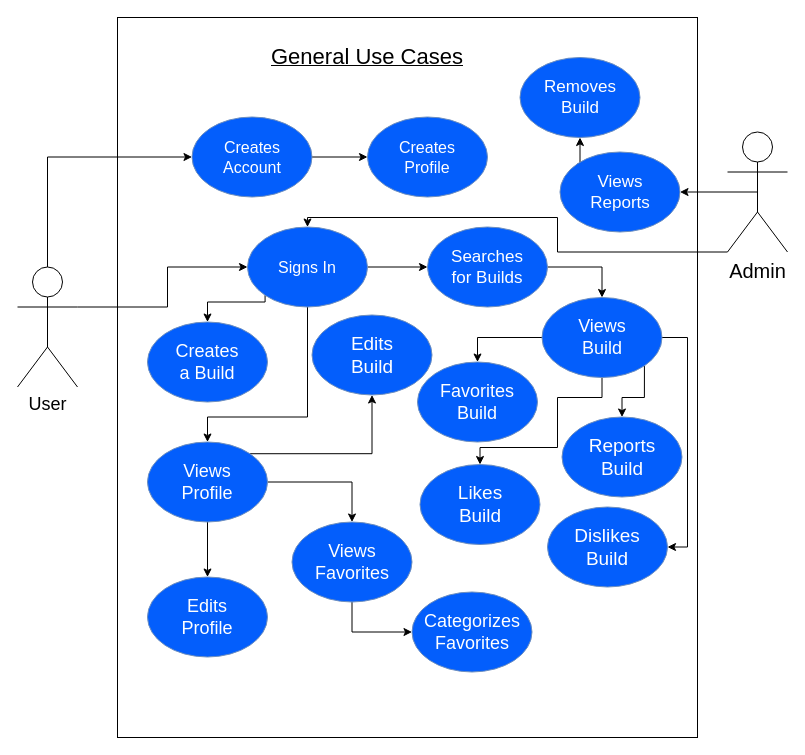
Above: UML Case Diagrams/Draw.io Files/General UML Case LOL.drawio in jakeafred/LoLBuildDatabase (draw.io), before the change. Source tidied: cells renumbered, new cells numbered last; positions are measured from the earlier drawing's top-left corner, leaving out a move shared by most shapes. Both pictures are drawn from the tidied source at 100%, with x=0, y=0 at pixel (17, 17).
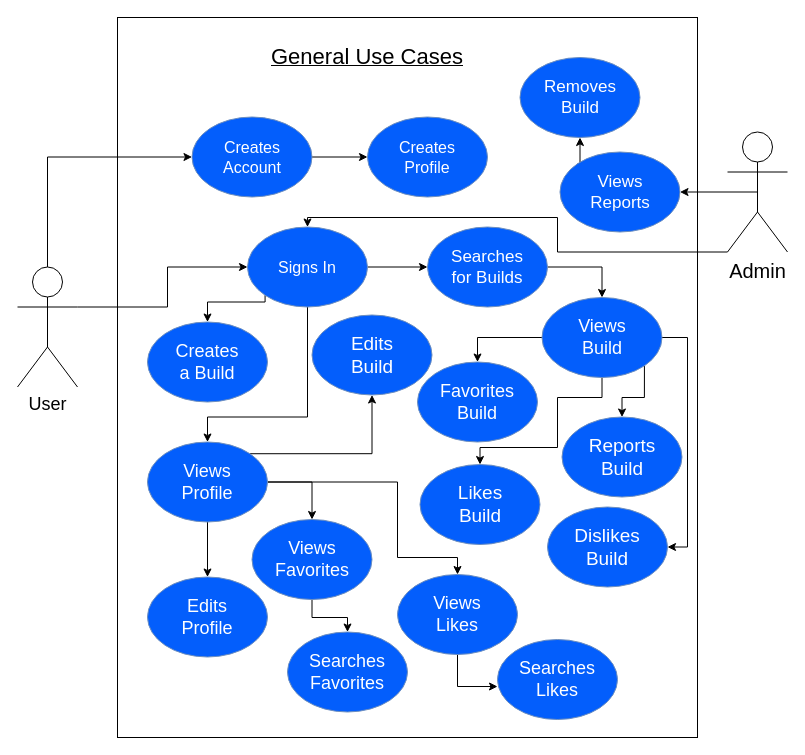
After the change.

Commit message (it also covers changes not shown here):
Updated General UML

The change refers to these unchanged cells:
```xml
<mxCell id="37" style="ellipse;whiteSpace=wrap;html=1;fillColor=#035EFC;strokeColor=#6c8ebf;" parent="1" vertex="1">
  <mxGeometry x="130" y="424.5" width="120" height="80" as="geometry" />
</mxCell>
```

Diff of the diagram source:
```diff
@@
+    <mxCell id="58" style="edgeStyle=orthogonalEdgeStyle;rounded=0;jettySize=auto;html=1;exitX=1;exitY=0.5;exitDx=0;exitDy=0;entryX=0.5;entryY=0;entryDx=0;entryDy=0;" parent="1" edge="1" source="37" target="60">
+      <mxGeometry relative="1" as="geometry">
+        <Array as="points">
+          <mxPoint x="380" y="465" />
+          <mxPoint x="380" y="540" />
+          <mxPoint x="440" y="540" />
+        </Array>
+      </mxGeometry>
+    </mxCell>
@@
-    <mxCell id="41" style="edgeStyle=orthogonalEdgeStyle;rounded=0;jettySize=auto;html=1;exitX=0.5;exitY=1;exitDx=0;exitDy=0;entryX=0;entryY=0.5;entryDx=0;entryDy=0;" parent="1" edge="1" source="42" target="44">
-      <mxGeometry relative="1" as="geometry" />
+    <mxCell id="41" style="edgeStyle=orthogonalEdgeStyle;rounded=0;jettySize=auto;html=1;exitX=0.5;exitY=1;exitDx=0;exitDy=0;entryX=0.5;entryY=0;entryDx=0;entryDy=0;" parent="1" edge="1" source="42" target="44">
+      <mxGeometry relative="1" as="geometry">
+        <Array as="points">
+          <mxPoint x="295" y="600" />
+          <mxPoint x="330" y="600" />
+        </Array>
+      </mxGeometry>
     </mxCell>
     <mxCell id="42" style="ellipse;whiteSpace=wrap;html=1;fillColor=#035EFC;strokeColor=#6c8ebf;" parent="1" vertex="1">
-      <mxGeometry x="274.5" y="504.5" width="120" height="80" as="geometry" />
+      <mxGeometry x="234.5" y="502" width="120" height="80" as="geometry" />
     </mxCell>
     <mxCell id="43" value="&lt;font style=&quot;font-size: 18px&quot; color=&quot;#FFFFFF&quot;&gt;Views Favorites&lt;br&gt;&lt;/font&gt;" style="text;html=1;strokeColor=none;fillColor=none;align=center;verticalAlign=middle;whiteSpace=wrap;rounded=0;" parent="1" vertex="1">
-      <mxGeometry x="294.5" y="529.5" width="80" height="30" as="geometry" />
+      <mxGeometry x="254.5" y="527" width="80" height="30" as="geometry" />
     </mxCell>
     <mxCell id="44" style="ellipse;whiteSpace=wrap;html=1;fillColor=#035EFC;strokeColor=#6c8ebf;" parent="1" vertex="1">
-      <mxGeometry x="394.5" y="574.5" width="120" height="80" as="geometry" />
+      <mxGeometry x="270" y="614.5" width="120" height="80" as="geometry" />
     </mxCell>
-    <mxCell id="45" value="&lt;font style=&quot;font-size: 18px&quot; color=&quot;#FFFFFF&quot;&gt;Categorizes Favorites&lt;br&gt;&lt;/font&gt;" style="text;html=1;strokeColor=none;fillColor=none;align=center;verticalAlign=middle;whiteSpace=wrap;rounded=0;" parent="1" vertex="1">
-      <mxGeometry x="414.5" y="599.5" width="80" height="30" as="geometry" />
+    <mxCell id="45" value="&lt;font style=&quot;font-size: 18px&quot; color=&quot;#FFFFFF&quot;&gt;Searches Favorites&lt;br&gt;&lt;/font&gt;" style="text;html=1;strokeColor=none;fillColor=none;align=center;verticalAlign=middle;whiteSpace=wrap;rounded=0;" parent="1" vertex="1">
+      <mxGeometry x="290" y="639.5" width="80" height="30" as="geometry" />
     </mxCell>
@@
+    <mxCell id="59" style="edgeStyle=orthogonalEdgeStyle;rounded=0;jettySize=auto;html=1;exitX=0.5;exitY=1;exitDx=0;exitDy=0;entryX=0;entryY=0.588;entryDx=0;entryDy=0;entryPerimeter=0;" parent="1" edge="1" source="60" target="62">
+      <mxGeometry relative="1" as="geometry" />
+    </mxCell>
+    <mxCell id="60" style="ellipse;whiteSpace=wrap;html=1;fillColor=#035EFC;strokeColor=#6c8ebf;" parent="1" vertex="1">
+      <mxGeometry x="380" y="557" width="120" height="80" as="geometry" />
+    </mxCell>
+    <mxCell id="61" value="&lt;font style=&quot;font-size: 18px&quot; color=&quot;#FFFFFF&quot;&gt;Views Likes&lt;br&gt;&lt;/font&gt;" style="text;html=1;strokeColor=none;fillColor=none;align=center;verticalAlign=middle;whiteSpace=wrap;rounded=0;" parent="1" vertex="1">
+      <mxGeometry x="400" y="582" width="80" height="30" as="geometry" />
+    </mxCell>
+    <mxCell id="62" style="ellipse;whiteSpace=wrap;html=1;fillColor=#035EFC;strokeColor=#6c8ebf;" parent="1" vertex="1">
+      <mxGeometry x="480" y="622" width="120" height="80" as="geometry" />
+    </mxCell>
+    <mxCell id="63" value="&lt;font style=&quot;font-size: 18px&quot; color=&quot;#FFFFFF&quot;&gt;Searches Likes&lt;br&gt;&lt;/font&gt;" style="text;html=1;strokeColor=none;fillColor=none;align=center;verticalAlign=middle;whiteSpace=wrap;rounded=0;" parent="1" vertex="1">
+      <mxGeometry x="500" y="647" width="80" height="30" as="geometry" />
+    </mxCell>
```
